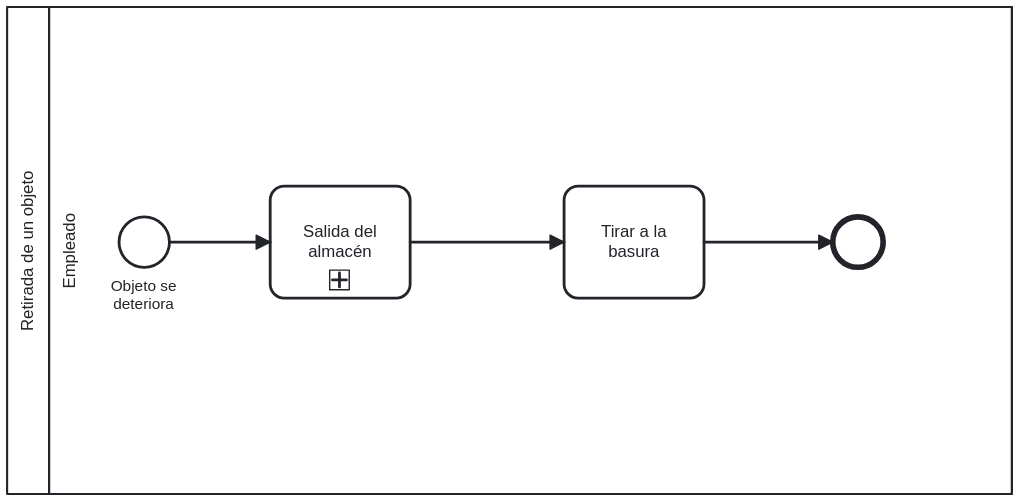
The BPMN diagram assets/Proceso a implantar - Retirada.svg in Emilio-115/Proyecto-IR-G2-12, before a commit. Its source is kept beside it as Procesos de negocio/Proceso a Implantar - Retirada.bpmn. Ids are renumbered.
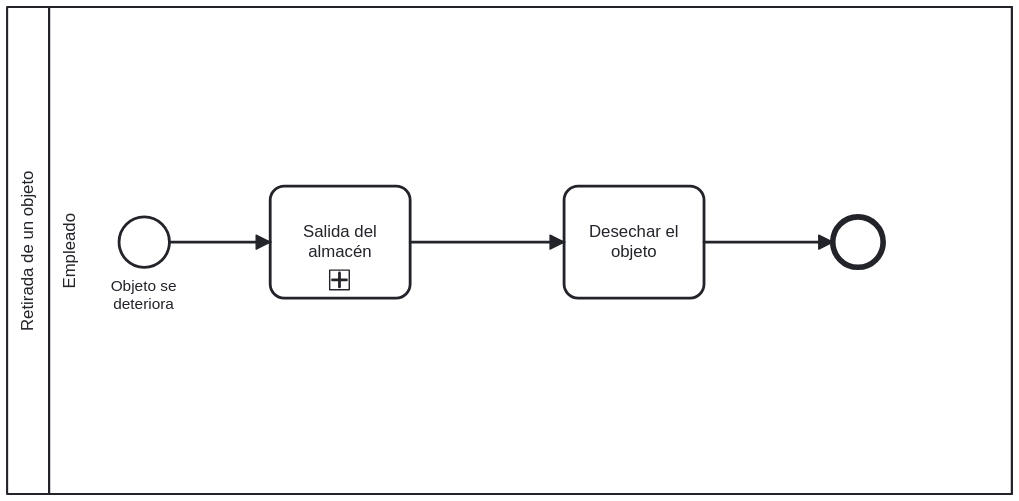
Above is the later version.

Change to the diagram source:
```diff
@@ -19,7 +19,7 @@
       <bpmn:outgoing>Flow_n12</bpmn:outgoing>
       <bpmn:startEvent id="Event_n13" />
     </bpmn:subProcess>
-    <bpmn:task id="Activity_n9" name="Tirar a la basura">
+    <bpmn:task id="Activity_n9" name="Desechar el objeto">
       <bpmn:incoming>Flow_n12</bpmn:incoming>
       <bpmn:outgoing>Flow_n14</bpmn:outgoing>
     </bpmn:task>
```
